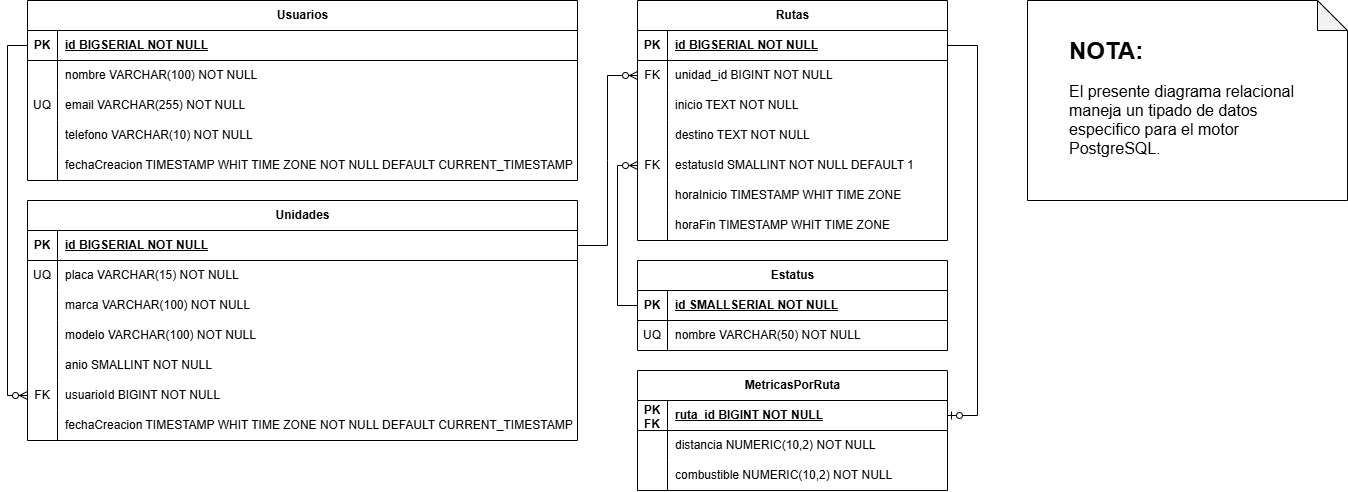
This is control-transportistas-diagrama-relacional.drawio.png from JuanDavid1217/control-transportistas-backend, a draw.io export, as it was before one commit. Source tidied: cells renumbered, new cells last; positions are measured from the earlier drawing's top-left corner, leaving out a move shared by most shapes.
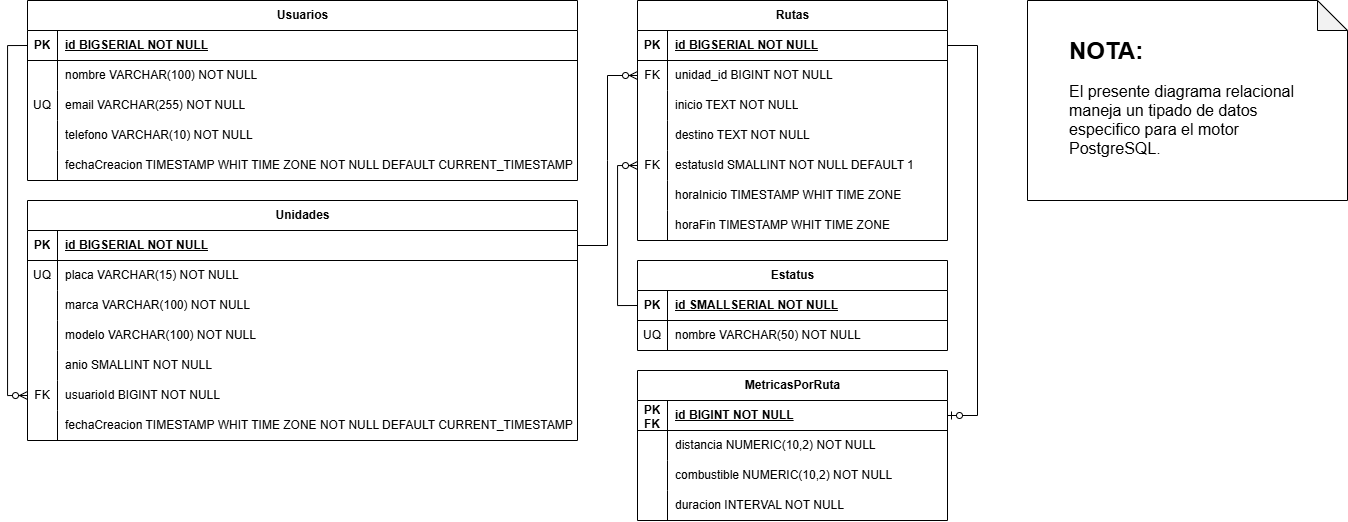
After the commit.

What changed in the source:
```diff
@@ -204,7 +204,7 @@
       <mxGeometry x="30" width="280" height="30" as="geometry" />
     </mxCell>
     <mxCell id="69" value="MetricasPorRuta" style="shape=table;startSize=30;rowLines=0;fontStyle=1;align=center;html=1;" parent="1" vertex="1">
-      <mxGeometry x="630" y="370" width="310" height="120" as="geometry" />
+      <mxGeometry x="630" y="370" width="310" height="150" as="geometry" />
     </mxCell>
     <mxCell id="70" style="shape=tableRow;horizontal=0;startSize=0;swimlaneHead=0;swimlaneBody=0;fillColor=none;points=[[0,0.5],[1,0.5]];portConstraint=eastwest;top=0;left=0;right=0;bottom=1;" parent="69" vertex="1">
       <mxGeometry y="30" width="310" height="30" as="geometry" />
@@ -212,7 +212,7 @@
     <mxCell id="71" value="PK&lt;div&gt;FK&lt;/div&gt;" style="shape=partialRectangle;fillColor=none;top=0;left=0;bottom=0;right=0;fontStyle=1;overflow=hidden;whiteSpace=wrap;html=1;" parent="70" vertex="1">
       <mxGeometry width="30" height="30" as="geometry" />
     </mxCell>
-    <mxCell id="72" value="ruta_id BIGINT NOT NULL" style="shape=partialRectangle;fillColor=none;top=0;left=0;bottom=0;right=0;align=left;spacingLeft=6;fontStyle=5;overflow=hidden;whiteSpace=wrap;html=1;" parent="70" vertex="1">
+    <mxCell id="72" value="id BIGINT NOT NULL" style="shape=partialRectangle;fillColor=none;top=0;left=0;bottom=0;right=0;align=left;spacingLeft=6;fontStyle=5;overflow=hidden;whiteSpace=wrap;html=1;" parent="70" vertex="1">
       <mxGeometry x="30" width="280" height="30" as="geometry" />
     </mxCell>
     <mxCell id="73" style="shape=tableRow;horizontal=0;startSize=0;swimlaneHead=0;swimlaneBody=0;fillColor=none;top=0;left=0;right=0;bottom=0;" parent="69" vertex="1">
@@ -233,6 +233,15 @@
     <mxCell id="78" value="combustible NUMERIC(10,2) NOT NULL" style="shape=partialRectangle;fillColor=none;top=0;left=0;bottom=0;right=0;align=left;spacingLeft=6;overflow=hidden;whiteSpace=wrap;html=1;" parent="76" vertex="1">
       <mxGeometry x="30" width="280" height="30" as="geometry" />
     </mxCell>
+    <mxCell id="86" style="shape=tableRow;horizontal=0;startSize=0;swimlaneHead=0;swimlaneBody=0;fillColor=none;top=0;left=0;right=0;bottom=0;" parent="69" vertex="1">
+      <mxGeometry y="120" width="310" height="30" as="geometry" />
+    </mxCell>
+    <mxCell id="87" style="shape=partialRectangle;fillColor=none;top=0;left=0;bottom=0;right=0;overflow=hidden;whiteSpace=wrap;html=1;" parent="86" vertex="1">
+      <mxGeometry width="30" height="30" as="geometry" />
+    </mxCell>
+    <mxCell id="88" value="duracion INTERVAL NOT NULL" style="shape=partialRectangle;fillColor=none;top=0;left=0;bottom=0;right=0;align=left;spacingLeft=6;overflow=hidden;whiteSpace=wrap;html=1;" parent="86" vertex="1">
+      <mxGeometry x="30" width="280" height="30" as="geometry" />
+    </mxCell>
     <mxCell id="79" style="edgeStyle=orthogonalEdgeStyle;fontSize=12;html=1;endArrow=ERzeroToMany;endFill=1;rounded=0;exitX=0;exitY=0.5;exitDx=0;exitDy=0;entryX=0;entryY=0.5;entryDx=0;entryDy=0;" parent="1" edge="1" source="3" target="34">
       <mxGeometry relative="1" as="geometry">
         <Array as="points">
```
